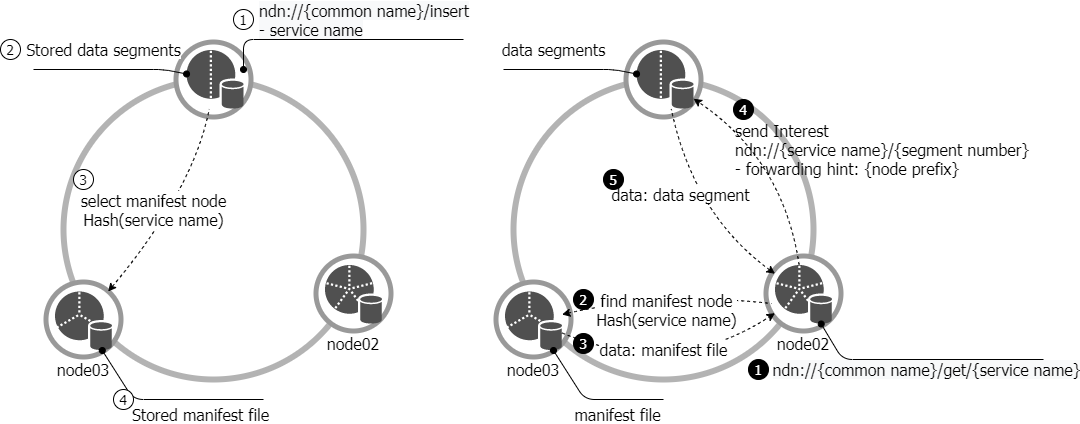
Above: img/acm21-insertget.png in uni2u/difs (draw.io), before the change. Source tidied: cells renumbered, new cells last; positions are measured from the earlier drawing's top-left corner, leaving out a move shared by most shapes.
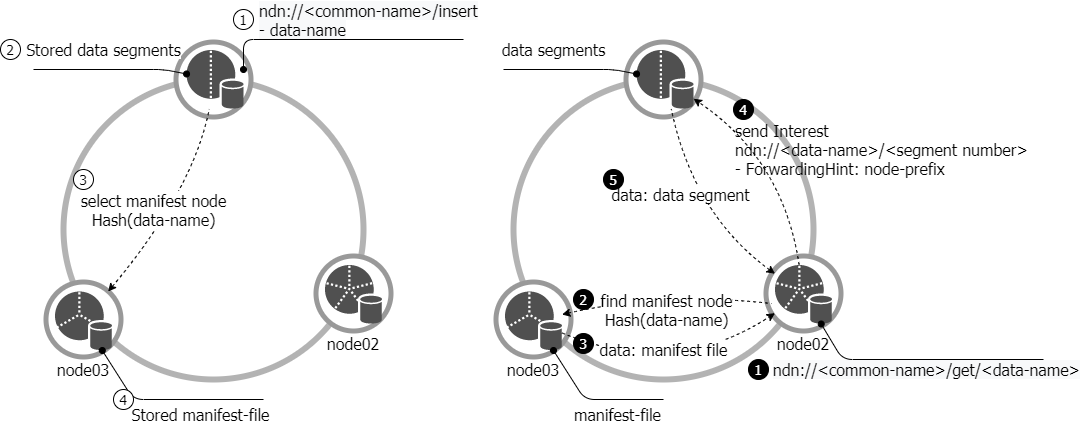
The same file after the commit.

The edit, as a diff of the source:
```diff
@@ -80,7 +80,7 @@
     <mxCell id="27" style="shadow=0;dashed=0;html=1;strokeColor=none;fillColor=#505050;labelPosition=center;verticalLabelPosition=bottom;verticalAlign=top;outlineConnect=0;align=center;shape=mxgraph.office.databases.database_partition_3;fontFamily=Tahoma;fontSize=14;" parent="24" vertex="1">
       <mxGeometry x="11.5" y="12" width="57" height="59" as="geometry" />
     </mxCell>
-    <mxCell id="28" value="&lt;div&gt;&lt;span style=&quot;background-color: rgb(248 , 249 , 250)&quot;&gt;ndn://{common name}/insert&lt;/span&gt;&lt;/div&gt;&lt;div&gt;&lt;span style=&quot;background-color: rgb(248 , 249 , 250)&quot;&gt;- service name&lt;/span&gt;&lt;/div&gt;" style="endArrow=none;html=1;startArrow=oval;startFill=1;fontSize=16;fontFamily=Tahoma;align=left;" parent="1" edge="1">
+    <mxCell id="28" value="&lt;div&gt;&lt;span style=&quot;background-color: rgb(248 , 249 , 250)&quot;&gt;ndn://&amp;lt;common-name&amp;gt;/insert&lt;/span&gt;&lt;/div&gt;&lt;div&gt;&lt;span style=&quot;background-color: rgb(248 , 249 , 250)&quot;&gt;- data-name&lt;/span&gt;&lt;/div&gt;" style="endArrow=none;html=1;startArrow=oval;startFill=1;fontSize=16;fontFamily=Tahoma;align=left;" parent="1" edge="1">
       <mxGeometry x="-0.57" y="22" relative="1" as="geometry">
         <mxPoint x="243" y="60" as="sourcePoint" />
         <mxPoint x="463" y="30" as="targetPoint" />
@@ -104,7 +104,7 @@
         </Array>
       </mxGeometry>
     </mxCell>
-    <mxCell id="32" value="&lt;font style=&quot;font-size: 16px;&quot;&gt;select manifest node&lt;br style=&quot;font-size: 16px;&quot;&gt;Hash(service name)&lt;/font&gt;" style="endArrow=none;dashed=1;html=1;fontFamily=Tahoma;fontSize=16;curved=1;endFill=0;startArrow=classic;startFill=1;" parent="1" edge="1" source="27" target="7">
+    <mxCell id="32" value="&lt;font style=&quot;font-size: 16px&quot;&gt;select manifest node&lt;br style=&quot;font-size: 16px&quot;&gt;Hash(data-name)&lt;/font&gt;" style="endArrow=none;dashed=1;html=1;fontFamily=Tahoma;fontSize=16;curved=1;endFill=0;startArrow=classic;startFill=1;" parent="1" edge="1" source="27" target="7">
       <mxGeometry x="0.24" y="45" relative="1" as="geometry">
         <Array as="points">
           <mxPoint x="193" y="180" />
@@ -124,7 +124,7 @@
     <mxCell id="36" value="node02" style="text;html=1;strokeColor=none;fillColor=none;align=center;verticalAlign=middle;whiteSpace=wrap;rounded=0;fontFamily=Tahoma;fontSize=16;" parent="1" vertex="1">
       <mxGeometry x="768" y="324" width="70" height="20" as="geometry" />
     </mxCell>
-    <mxCell id="37" value="Stored manifest file" style="endArrow=none;html=1;startArrow=oval;startFill=1;fontFamily=Tahoma;fontSize=16;" parent="1" edge="1" source="27">
+    <mxCell id="37" value="Stored manifest-file" style="endArrow=none;html=1;startArrow=oval;startFill=1;fontFamily=Tahoma;fontSize=16;" parent="1" edge="1" source="27">
       <mxGeometry x="0.33" y="-15" relative="1" as="geometry">
         <mxPoint x="263" y="390" as="targetPoint" />
         <Array as="points">
@@ -147,7 +147,7 @@
         </Array>
       </mxGeometry>
     </mxCell>
-    <mxCell id="41" value="&lt;span style=&quot;font-size: 16px ; text-align: left ; background-color: rgb(248 , 249 , 250)&quot;&gt;ndn://{common name}/get/{service name}&lt;/span&gt;" style="endArrow=none;html=1;startArrow=oval;startFill=1;fontSize=16;fontFamily=Tahoma;" parent="1" edge="1" source="19">
+    <mxCell id="41" value="&lt;span style=&quot;font-size: 16px ; text-align: left ; background-color: rgb(248 , 249 , 250)&quot;&gt;ndn://&amp;lt;common-name&amp;gt;/get/&amp;lt;data-name&amp;gt;&lt;/span&gt;" style="endArrow=none;html=1;startArrow=oval;startFill=1;fontSize=16;fontFamily=Tahoma;" parent="1" edge="1" source="19">
       <mxGeometry x="-0.39" y="52" relative="1" as="geometry">
         <mxPoint x="1043" y="350" as="targetPoint" />
         <Array as="points">
@@ -159,7 +159,7 @@
     <mxCell id="42" value="1" style="ellipse;whiteSpace=wrap;html=1;fontFamily=Tahoma;fontSize=14;fontColor=#FFFFFF;fillColor=#000000;" parent="1" vertex="1">
       <mxGeometry x="748" y="350" width="20" height="20" as="geometry" />
     </mxCell>
-    <mxCell id="43" value="find manifest node&lt;br style=&quot;font-size: 16px&quot;&gt;Hash(service name)" style="endArrow=none;dashed=1;html=1;fontFamily=Tahoma;fontSize=16;curved=1;endFill=0;startArrow=classic;startFill=1;entryX=0.043;entryY=0.643;entryDx=0;entryDy=0;entryPerimeter=0;" parent="1" edge="1" source="23" target="18">
+    <mxCell id="43" value="find manifest node&lt;br style=&quot;font-size: 16px&quot;&gt;Hash(data-name)" style="endArrow=none;dashed=1;html=1;fontFamily=Tahoma;fontSize=16;curved=1;endFill=0;startArrow=classic;startFill=1;entryX=0.043;entryY=0.643;entryDx=0;entryDy=0;entryPerimeter=0;" parent="1" edge="1" source="23" target="18">
       <mxGeometry x="-0.03" y="-18" relative="1" as="geometry">
         <Array as="points">
           <mxPoint x="663" y="282" />
@@ -179,7 +179,7 @@
     <mxCell id="46" value="3" style="ellipse;whiteSpace=wrap;html=1;fontFamily=Tahoma;fontSize=14;fontColor=#FFFFFF;fillColor=#000000;" parent="1" vertex="1">
       <mxGeometry x="573" y="324" width="20" height="20" as="geometry" />
     </mxCell>
-    <mxCell id="47" value="manifest file" style="endArrow=none;html=1;startArrow=oval;startFill=1;fontFamily=Tahoma;fontSize=16;" parent="1" edge="1">
+    <mxCell id="47" value="manifest-file" style="endArrow=none;html=1;startArrow=oval;startFill=1;fontFamily=Tahoma;fontSize=16;" parent="1" edge="1">
       <mxGeometry x="0.33" y="-15" relative="1" as="geometry">
         <mxPoint x="553" y="341" as="sourcePoint" />
         <mxPoint x="663" y="390" as="targetPoint" />
@@ -188,7 +188,7 @@
         </Array>
       </mxGeometry>
     </mxCell>
-    <mxCell id="48" value="&lt;font&gt;&lt;span style=&quot;font-size: 16px&quot;&gt;send Interest&lt;/span&gt;&lt;br&gt;&lt;span style=&quot;font-size: 16px&quot;&gt;ndn://{service name}/{segment number}&lt;/span&gt;&lt;br&gt;&lt;div&gt;&lt;span style=&quot;font-size: 16px&quot;&gt;- forwarding hint: {node prefix}&lt;/span&gt;&lt;/div&gt;&lt;/font&gt;" style="endArrow=classic;dashed=1;html=1;fontFamily=Tahoma;fontSize=14;endFill=1;curved=1;labelBackgroundColor=none;align=left;" parent="1" edge="1" source="19" target="11">
+    <mxCell id="48" value="&lt;font&gt;&lt;span style=&quot;font-size: 16px&quot;&gt;send Interest&lt;/span&gt;&lt;br&gt;&lt;span style=&quot;font-size: 16px&quot;&gt;ndn://&amp;lt;data-name&amp;gt;/&amp;lt;segment number&amp;gt;&lt;/span&gt;&lt;br&gt;&lt;div&gt;&lt;span style=&quot;font-size: 16px&quot;&gt;- ForwardingHint: node-prefix&lt;/span&gt;&lt;/div&gt;&lt;/font&gt;" style="endArrow=classic;dashed=1;html=1;fontFamily=Tahoma;fontSize=14;endFill=1;curved=1;labelBackgroundColor=none;align=left;" parent="1" edge="1" source="19" target="11">
       <mxGeometry x="0.43" y="20" relative="1" as="geometry">
         <Array as="points">
           <mxPoint x="783" y="150" />
```
